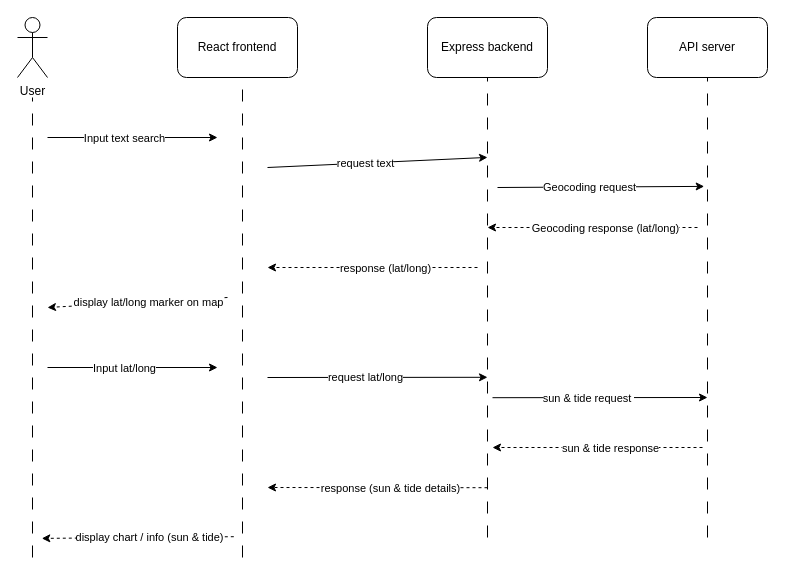
Before: sequence_diagram.drawio in zyteo/LighTide, a draw.io diagram. Source tidied: cells renumbered, new cells numbered last; positions are measured from the earlier drawing's top-left corner, leaving out a move shared by most shapes. Both pictures are drawn from the tidied source at 100%, with x=0, y=0 at pixel (17, 17).
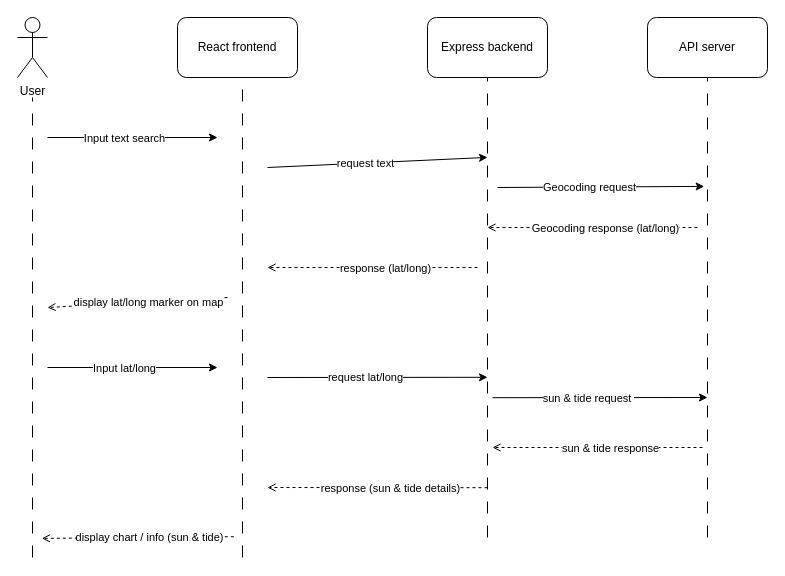
Above is the later version.

Commit message:
adjusted arrowhead

Diff of the diagram source:
```diff
@@
-    <mxCell id="12" style="endArrow=classic;html=1;dashed=1;" parent="1" edge="1">
+    <mxCell id="12" style="endArrow=open;html=1;dashed=1;endFill=0;" parent="1" edge="1">
       <mxGeometry relative="1" as="geometry">
         <mxPoint x="680" y="210" as="sourcePoint" />
         <mxPoint x="470" y="210" as="targetPoint" />
       </mxGeometry>
     </mxCell>
@@
-    <mxCell id="14" style="endArrow=classic;html=1;dashed=1;" parent="1" edge="1">
+    <mxCell id="14" style="endArrow=open;html=1;dashed=1;endFill=0;" parent="1" edge="1">
       <mxGeometry relative="1" as="geometry">
         <mxPoint x="460" y="250" as="sourcePoint" />
         <mxPoint x="250" y="250" as="targetPoint" />
       </mxGeometry>
     </mxCell>
@@
-    <mxCell id="16" style="endArrow=classic;html=1;dashed=1;" parent="1" edge="1">
+    <mxCell id="16" style="endArrow=open;html=1;dashed=1;endFill=0;" parent="1" edge="1">
       <mxGeometry relative="1" as="geometry">
         <mxPoint x="210" y="280" as="sourcePoint" />
         <mxPoint x="30" y="290" as="targetPoint" />
       </mxGeometry>
     </mxCell>
@@
-    <mxCell id="24" style="endArrow=classic;html=1;dashed=1;" parent="1" edge="1">
+    <mxCell id="24" style="endArrow=open;html=1;dashed=1;endFill=0;" parent="1" edge="1">
       <mxGeometry relative="1" as="geometry">
         <mxPoint x="685" y="430" as="sourcePoint" />
         <mxPoint x="475" y="430" as="targetPoint" />
       </mxGeometry>
     </mxCell>
@@
-    <mxCell id="26" style="endArrow=classic;html=1;exitX=0.5;exitY=0.434;exitDx=0;exitDy=0;exitPerimeter=0;dashed=1;" parent="1" edge="1">
+    <mxCell id="26" style="endArrow=open;html=1;exitX=0.5;exitY=0.434;exitDx=0;exitDy=0;exitPerimeter=0;dashed=1;endFill=0;" parent="1" edge="1">
       <mxGeometry relative="1" as="geometry">
         <mxPoint x="470" y="470.2" as="sourcePoint" />
         <mxPoint x="250" y="470" as="targetPoint" />
       </mxGeometry>
     </mxCell>
@@
-    <mxCell id="28" style="endArrow=classic;html=1;entryX=1.433;entryY=0.483;entryDx=0;entryDy=0;entryPerimeter=0;exitX=-0.367;exitY=0.481;exitDx=0;exitDy=0;exitPerimeter=0;dashed=1;" parent="1" edge="1">
+    <mxCell id="28" style="endArrow=open;html=1;entryX=1.433;entryY=0.483;entryDx=0;entryDy=0;entryPerimeter=0;exitX=-0.367;exitY=0.481;exitDx=0;exitDy=0;exitPerimeter=0;dashed=1;endFill=0;" parent="1" edge="1">
       <mxGeometry relative="1" as="geometry">
         <mxPoint x="216.3" y="519.2" as="sourcePoint" />
         <mxPoint x="24.3" y="520.9" as="targetPoint" />
       </mxGeometry>
     </mxCell>
```
